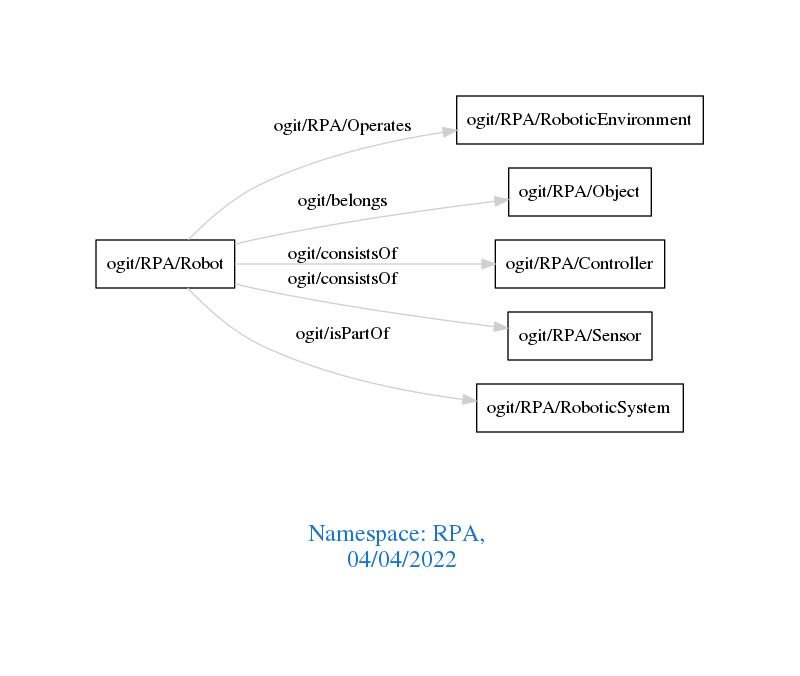
The Graphviz diagram downloads/RPA.png in arago/OGIT, before a commit. Its source is kept beside it as downloads/RPA.dot.
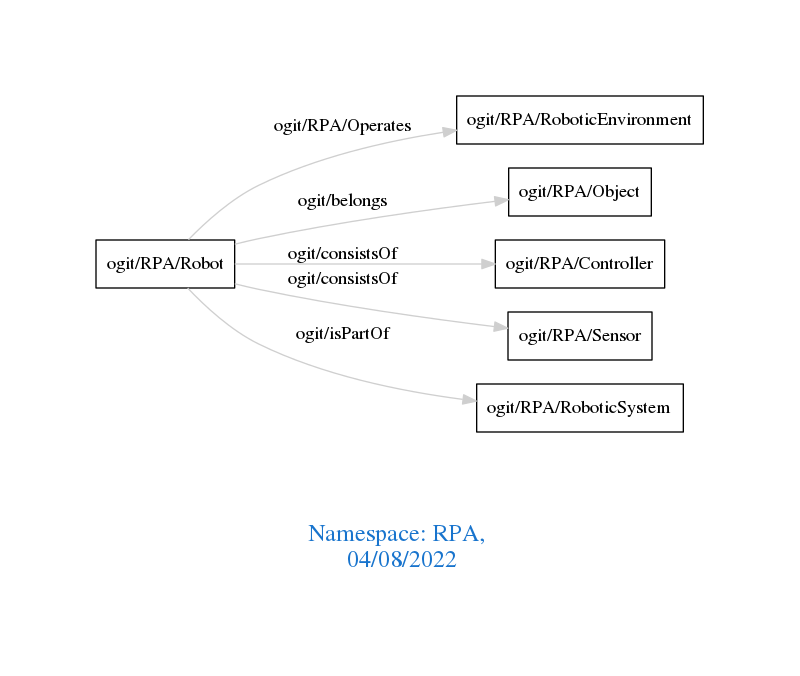
After the commit.

Diff of the diagram source:
```diff
@@ -1,7 +1,7 @@
 digraph OGIT_ontology {
  graph [ rankdir= LR,pad=1
 fontsize = 18,
-fontcolor= dodgerblue3,label = "\n\n\nNamespace: RPA, \n 04/04/2022"];
+fontcolor= dodgerblue3,label = "\n\n\nNamespace: RPA, \n 04/08/2022"];
 node[shape=polygon];
 edge [  color="gray81"];
 
```
